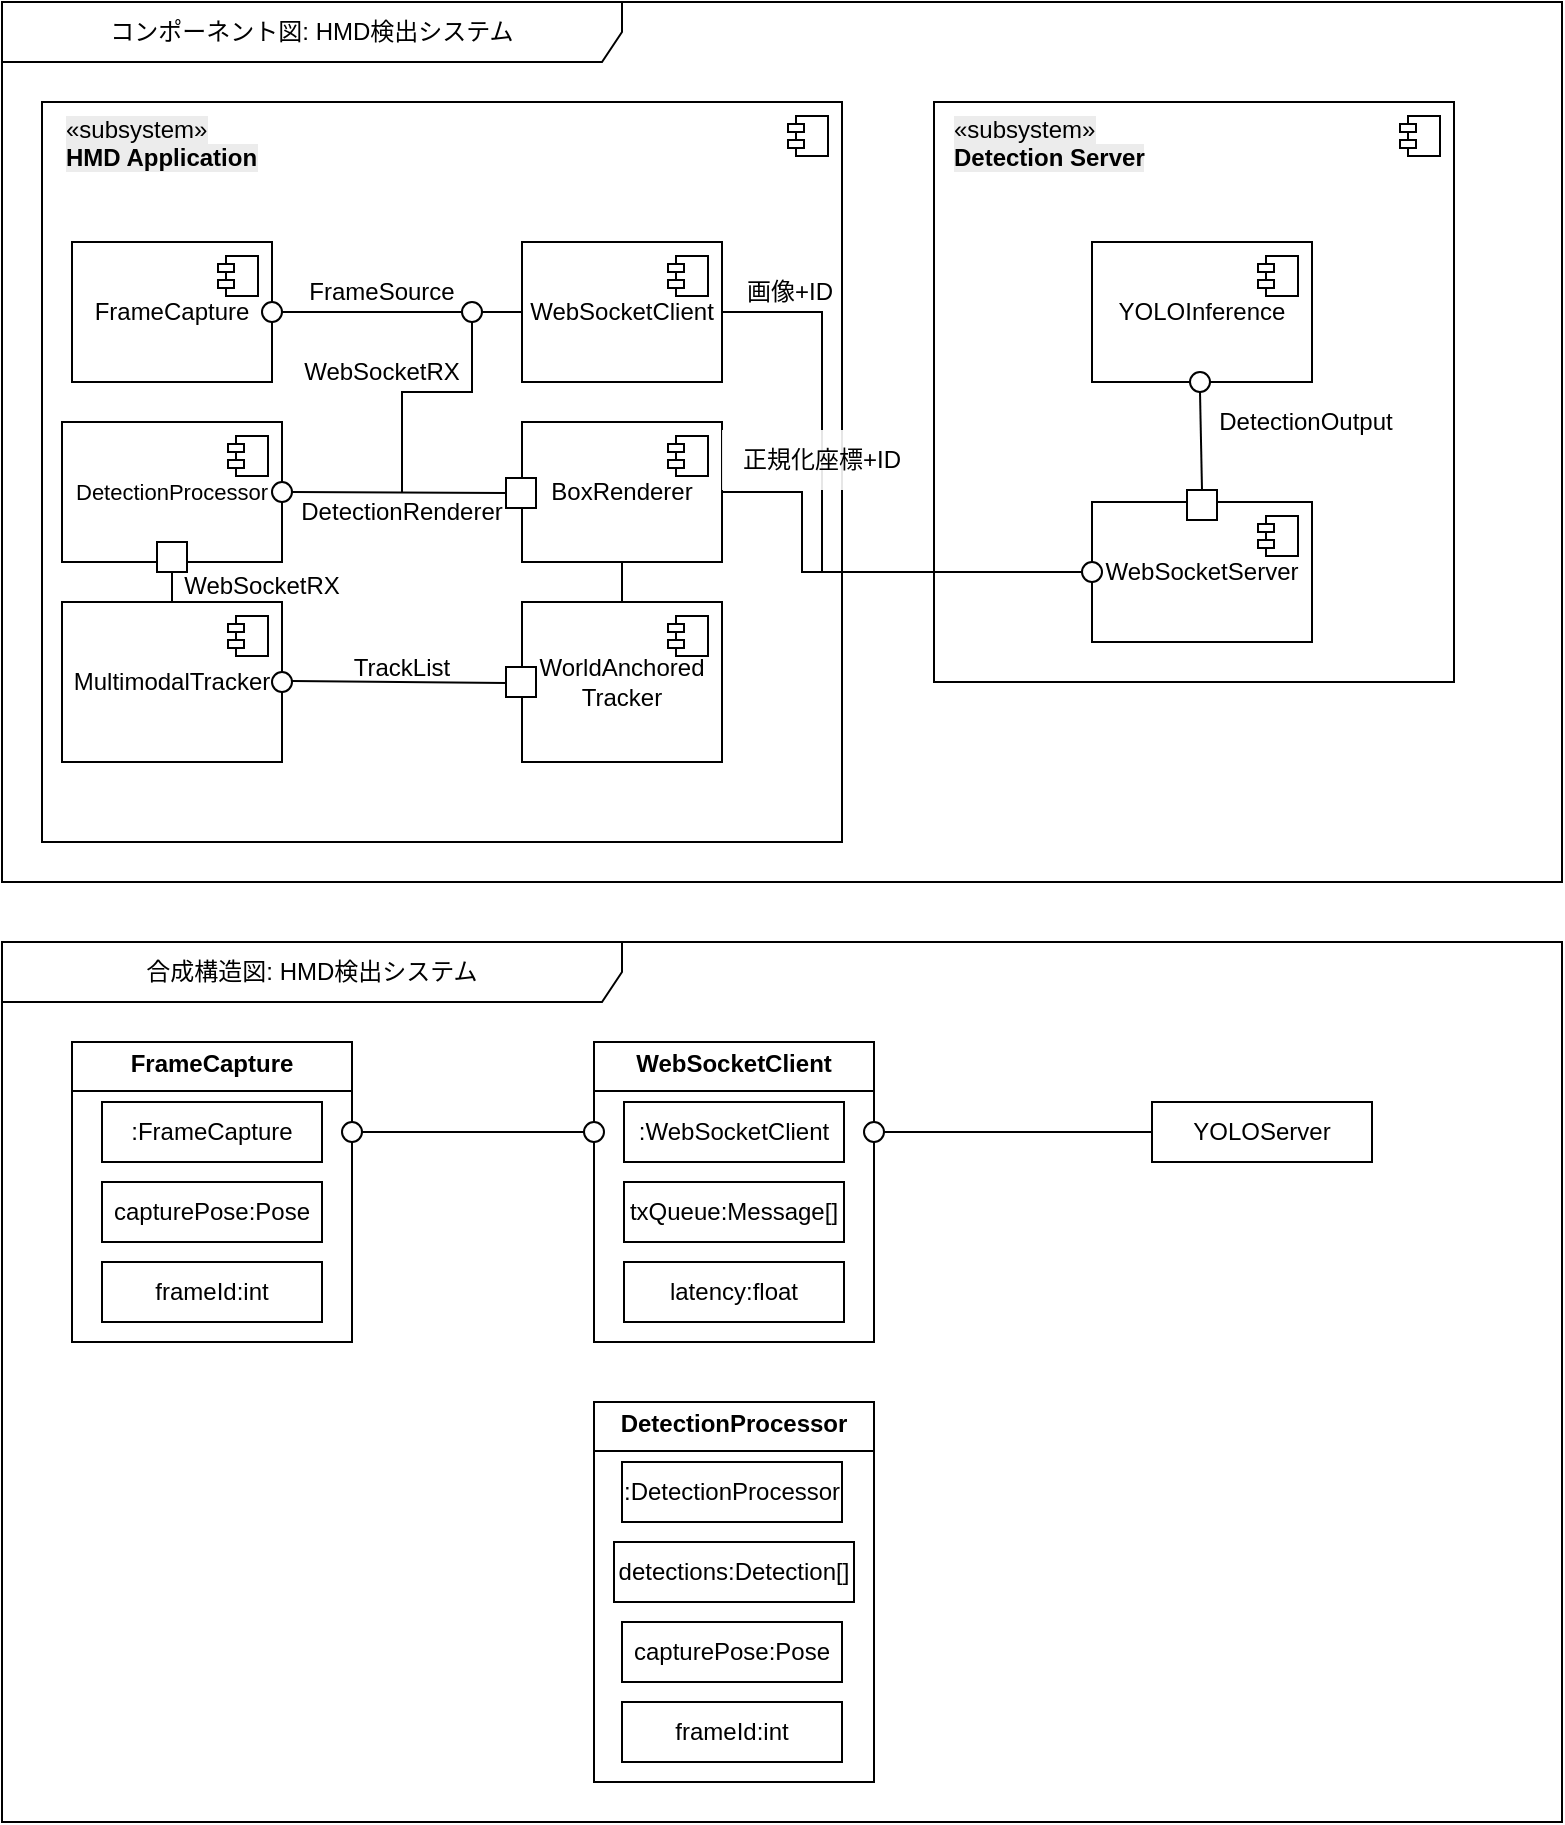
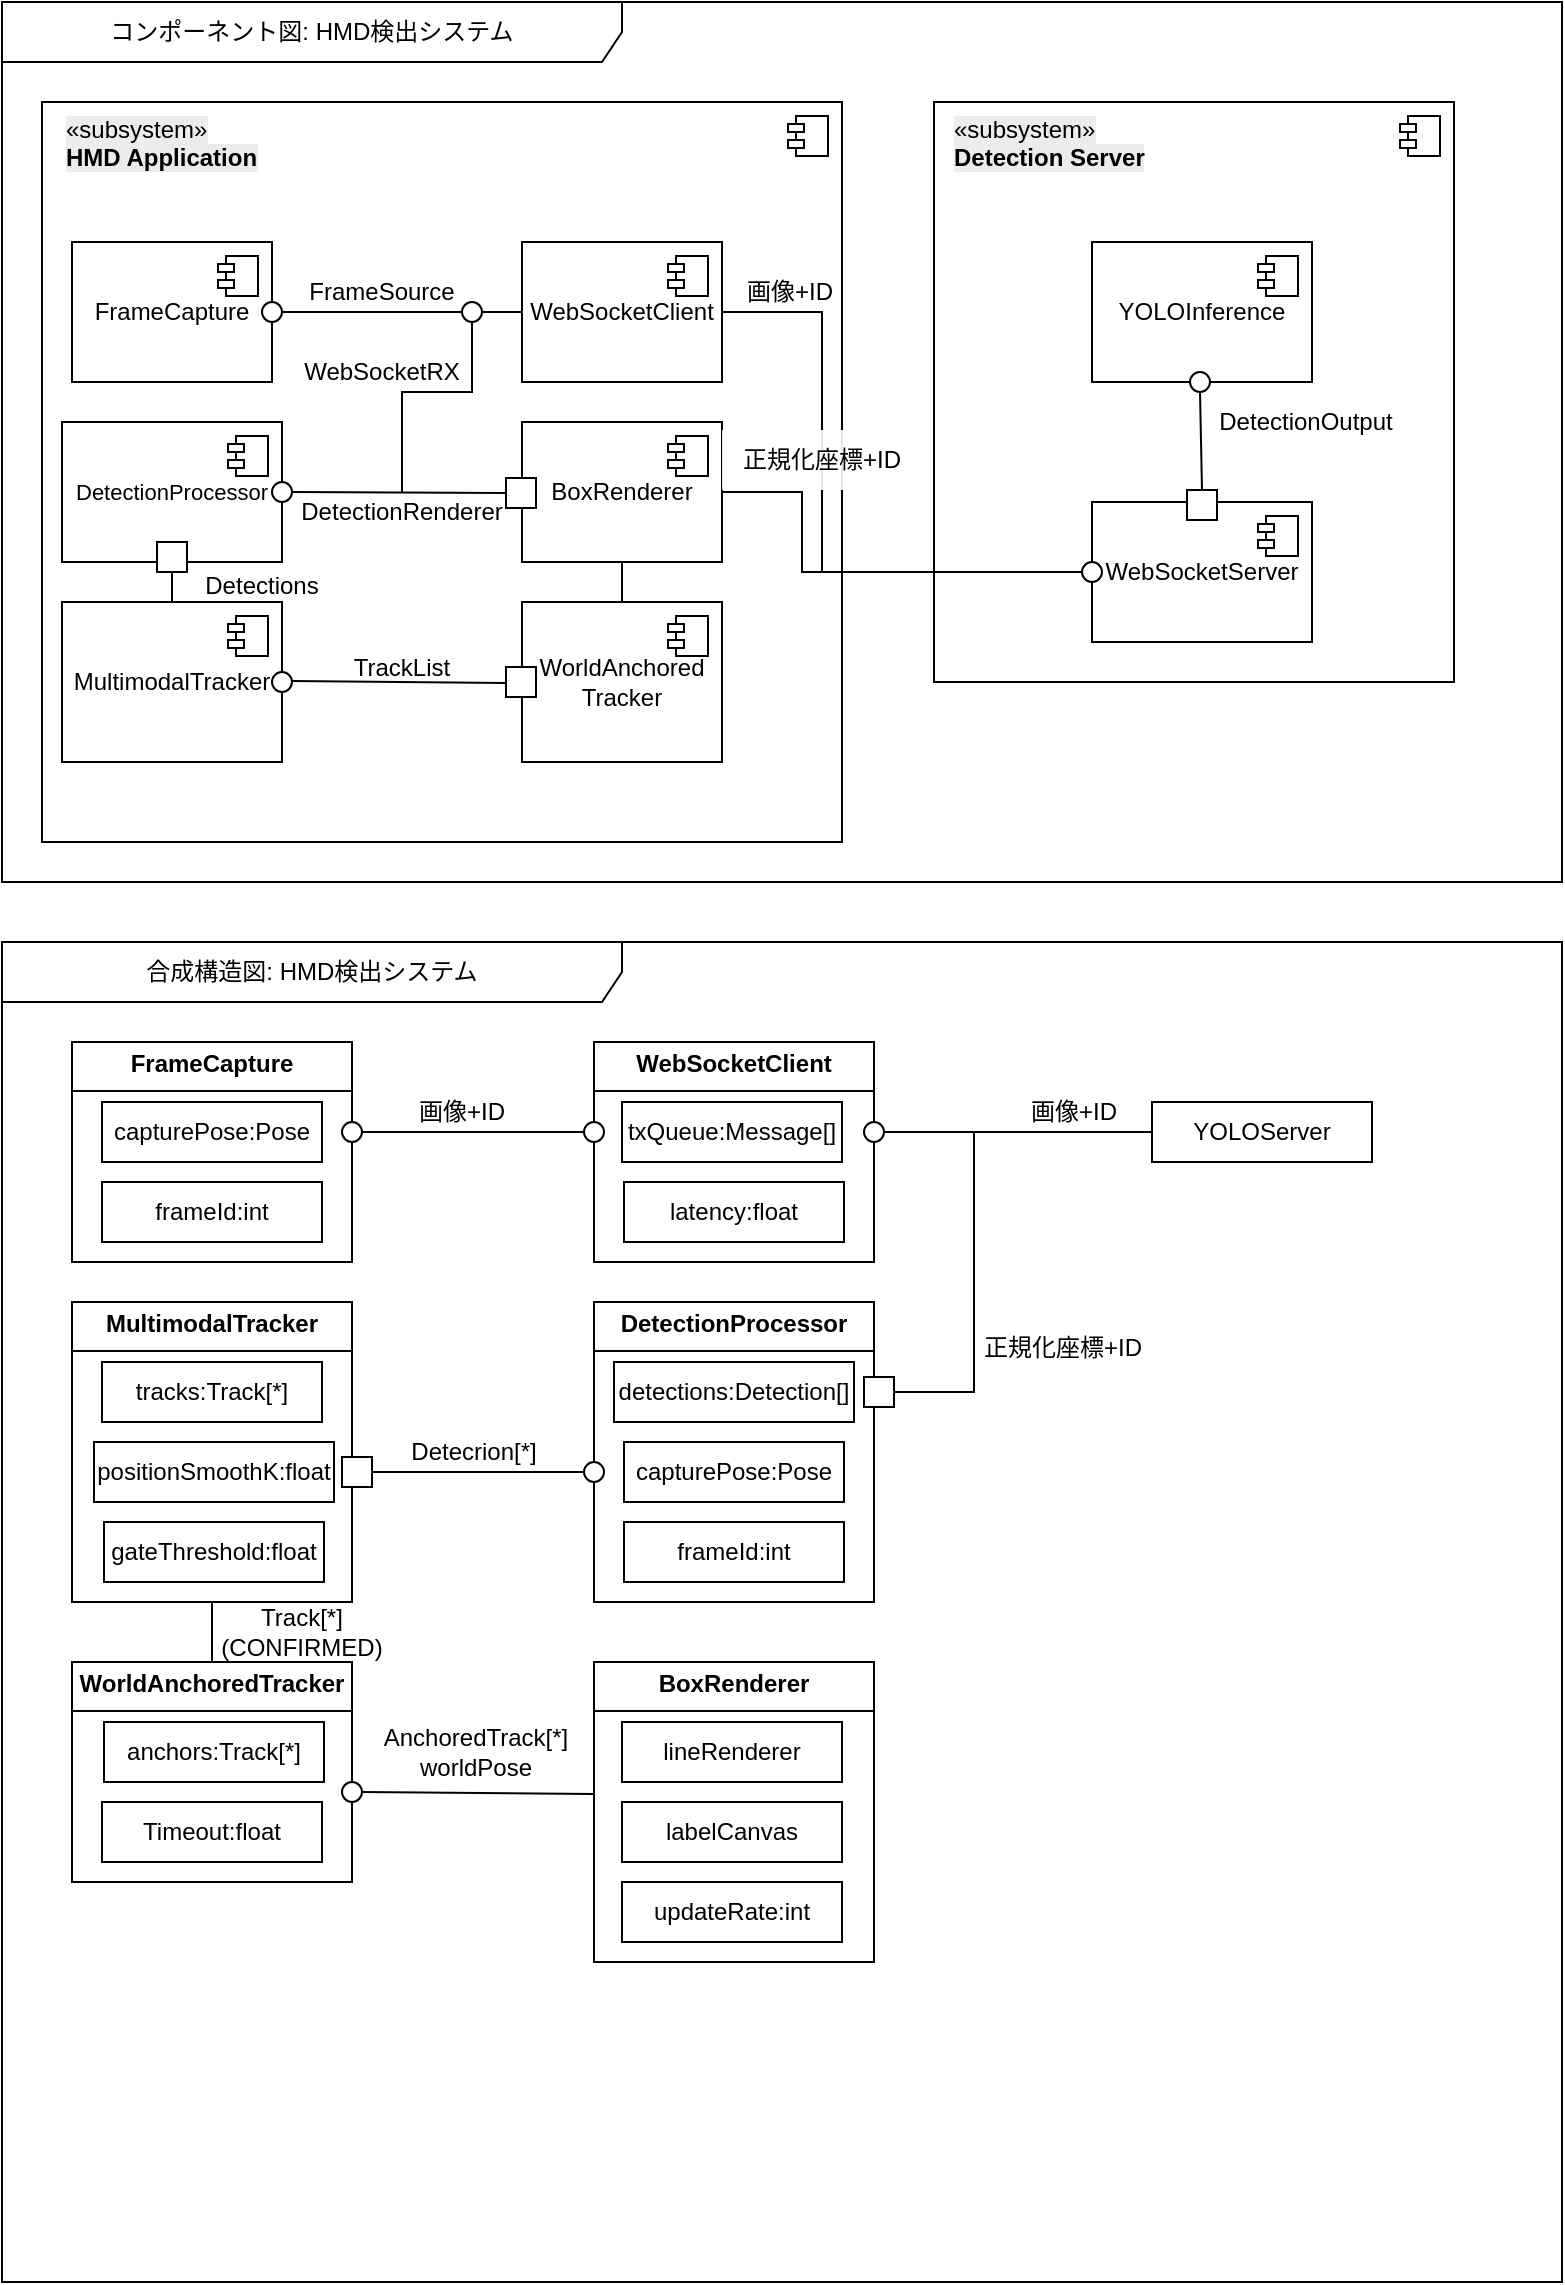
<mxfile host="app.diagrams.net">
  <diagram name="ページ-1" id="DtH6AvwE5zcW3kwFTXOg">
    <mxGraphModel dx="1609" dy="918" grid="1" gridSize="10" guides="1" tooltips="1" connect="1" arrows="1" fold="1" page="1" pageScale="1" pageWidth="827" pageHeight="1169" math="0" shadow="0">
      <root>
        <mxCell id="0" />
        <mxCell id="1" parent="0" />
        <mxCell id="3QeEdlnvxezNMO2gkXxy-1" parent="1" style="shape=umlFrame;whiteSpace=wrap;html=1;pointerEvents=0;width=310;height=30;" value="コンポーネント図: HMD検出システム" vertex="1">
          <mxGeometry height="440" width="780" x="24" y="10" as="geometry" />
        </mxCell>
        <mxCell id="3QeEdlnvxezNMO2gkXxy-2" parent="1" style="html=1;dropTarget=0;whiteSpace=wrap;align=left;" value="" vertex="1">
          <mxGeometry height="370" width="400" x="44" y="60" as="geometry" />
        </mxCell>
        <mxCell id="3QeEdlnvxezNMO2gkXxy-3" parent="3QeEdlnvxezNMO2gkXxy-2" style="shape=module;jettyWidth=8;jettyHeight=4;" value="" vertex="1">
          <mxGeometry height="20" relative="1" width="20" x="1" as="geometry">
            <mxPoint x="-27" y="7" as="offset" />
          </mxGeometry>
        </mxCell>
        <mxCell id="3QeEdlnvxezNMO2gkXxy-4" parent="1" style="text;whiteSpace=wrap;html=1;" value="&lt;span&gt;&lt;span style=&quot;color: rgb(0, 0, 0); font-family: Helvetica; font-size: 12px; font-style: normal; font-variant-ligatures: normal; font-variant-caps: normal; font-weight: 400; letter-spacing: normal; orphans: 2; text-align: left; text-indent: 0px; text-transform: none; widows: 2; word-spacing: 0px; -webkit-text-stroke-width: 0px; white-space: normal; text-decoration-thickness: initial; text-decoration-style: initial; text-decoration-color: initial; float: none; display: inline !important; background-color: rgb(236, 236, 236);&quot;&gt;«subsystem»&lt;/span&gt;&lt;br style=&quot;forced-color-adjust: none; color: rgb(0, 0, 0); font-family: Helvetica; font-size: 12px; font-style: normal; font-variant-ligatures: normal; font-variant-caps: normal; font-weight: 400; letter-spacing: normal; orphans: 2; text-align: left; text-indent: 0px; text-transform: none; widows: 2; word-spacing: 0px; -webkit-text-stroke-width: 0px; white-space: normal; text-decoration-thickness: initial; text-decoration-style: initial; text-decoration-color: initial; background-color: rgb(236, 236, 236);&quot;&gt;&lt;b style=&quot;forced-color-adjust: none; color: rgb(0, 0, 0); font-family: Helvetica; font-size: 12px; font-style: normal; font-variant-ligatures: normal; font-variant-caps: normal; letter-spacing: normal; orphans: 2; text-align: left; text-indent: 0px; text-transform: none; widows: 2; word-spacing: 0px; -webkit-text-stroke-width: 0px; white-space: normal; text-decoration-thickness: initial; text-decoration-style: initial; text-decoration-color: initial; background-color: rgb(236, 236, 236);&quot;&gt;HMD Application&lt;/b&gt;&lt;/span&gt;" vertex="1">
          <mxGeometry height="50" width="130" x="54" y="60" as="geometry" />
        </mxCell>
        <mxCell id="3QeEdlnvxezNMO2gkXxy-5" parent="1" style="html=1;dropTarget=0;whiteSpace=wrap;" value="FrameCapture" vertex="1">
          <mxGeometry height="70" width="100" x="59" y="130" as="geometry" />
        </mxCell>
        <mxCell id="3QeEdlnvxezNMO2gkXxy-6" parent="3QeEdlnvxezNMO2gkXxy-5" style="shape=module;jettyWidth=8;jettyHeight=4;" value="" vertex="1">
          <mxGeometry height="20" relative="1" width="20" x="1" as="geometry">
            <mxPoint x="-27" y="7" as="offset" />
          </mxGeometry>
        </mxCell>
        <mxCell id="3QeEdlnvxezNMO2gkXxy-7" parent="1" style="html=1;dropTarget=0;whiteSpace=wrap;" value="WebSocketClient&lt;span style=&quot;color: rgba(0, 0, 0, 0); font-family: monospace; font-size: 0px; text-align: start; text-wrap-mode: nowrap;&quot;&gt;%3CmxGraphModel%3E%3Croot%3E%3CmxCell%20id%3D%220%22%2F%3E%3CmxCell%20id%3D%221%22%20parent%3D%220%22%2F%3E%3CmxCell%20id%3D%222%22%20parent%3D%221%22%20style%3D%22html%3D1%3BdropTarget%3D0%3BwhiteSpace%3Dwrap%3B%22%20value%3D%22FrameCapture%22%20vertex%3D%221%22%3E%3CmxGeometry%20height%3D%2270%22%20width%3D%22100%22%20x%3D%2250%22%20y%3D%22150%22%20as%3D%22geometry%22%2F%3E%3C%2FmxCell%3E%3CmxCell%20id%3D%223%22%20parent%3D%222%22%20style%3D%22shape%3Dmodule%3BjettyWidth%3D8%3BjettyHeight%3D4%3B%22%20value%3D%22%22%20vertex%3D%221%22%3E%3CmxGeometry%20height%3D%2220%22%20relative%3D%221%22%20width%3D%2220%22%20x%3D%221%22%20as%3D%22geometry%22%3E%3CmxPoint%20x%3D%22-27%22%20y%3D%227%22%20as%3D%22offset%22%2F%3E%3C%2FmxGeometry%3E%3C%2FmxCell%3E%3C%2Froot%3E%3C%2FmxGraphModel%3E&lt;/span&gt;&lt;span style=&quot;color: rgba(0, 0, 0, 0); font-family: monospace; font-size: 0px; text-align: start; text-wrap-mode: nowrap;&quot;&gt;%3CmxGraphModel%3E%3Croot%3E%3CmxCell%20id%3D%220%22%2F%3E%3CmxCell%20id%3D%221%22%20parent%3D%220%22%2F%3E%3CmxCell%20id%3D%222%22%20parent%3D%221%22%20style%3D%22html%3D1%3BdropTarget%3D0%3BwhiteSpace%3Dwrap%3B%22%20value%3D%22FrameCapture%22%20vertex%3D%221%22%3E%3CmxGeometry%20height%3D%2270%22%20width%3D%22100%22%20x%3D%2250%22%20y%3D%22150%22%20as%3D%22geometry%22%2F%3E%3C%2FmxCell%3E%3CmxCell%20id%3D%223%22%20parent%3D%222%22%20style%3D%22shape%3Dmodule%3BjettyWidth%3D8%3BjettyHeight%3D4%3B%22%20value%3D%22%22%20vertex%3D%221%22%3E%3CmxGeometry%20height%3D%2220%22%20relative%3D%221%22%20width%3D%2220%22%20x%3D%221%22%20as%3D%22geometry%22%3E%3CmxPoint%20x%3D%22-27%22%20y%3D%227%22%20as%3D%22offset%22%2F%3E%3C%2FmxGeometry%3E%3C%2FmxCell%3E%3C%2Froot%3E%3C%2FmxGraphModel%3E&lt;/span&gt;" vertex="1">
          <mxGeometry height="70" width="100" x="284" y="130" as="geometry" />
        </mxCell>
        <mxCell id="3QeEdlnvxezNMO2gkXxy-8" parent="3QeEdlnvxezNMO2gkXxy-7" style="shape=module;jettyWidth=8;jettyHeight=4;" value="" vertex="1">
          <mxGeometry height="20" relative="1" width="20" x="1" as="geometry">
            <mxPoint x="-27" y="7" as="offset" />
          </mxGeometry>
        </mxCell>
        <mxCell id="3QeEdlnvxezNMO2gkXxy-9" parent="1" style="html=1;dropTarget=0;whiteSpace=wrap;" value="&lt;font style=&quot;font-size: 11px;&quot;&gt;DetectionProcessor&lt;/font&gt;" vertex="1">
          <mxGeometry height="70" width="110" x="54" y="220" as="geometry" />
        </mxCell>
        <mxCell id="3QeEdlnvxezNMO2gkXxy-10" parent="3QeEdlnvxezNMO2gkXxy-9" style="shape=module;jettyWidth=8;jettyHeight=4;" value="" vertex="1">
          <mxGeometry height="20" relative="1" width="20" x="1" as="geometry">
            <mxPoint x="-27" y="7" as="offset" />
          </mxGeometry>
        </mxCell>
        <mxCell id="3QeEdlnvxezNMO2gkXxy-11" parent="1" style="html=1;dropTarget=0;whiteSpace=wrap;" value="BoxRenderer" vertex="1">
          <mxGeometry height="70" width="100" x="284" y="220" as="geometry" />
        </mxCell>
        <mxCell id="3QeEdlnvxezNMO2gkXxy-12" parent="3QeEdlnvxezNMO2gkXxy-11" style="shape=module;jettyWidth=8;jettyHeight=4;" value="" vertex="1">
          <mxGeometry height="20" relative="1" width="20" x="1" as="geometry">
            <mxPoint x="-27" y="7" as="offset" />
          </mxGeometry>
        </mxCell>
        <mxCell id="3QeEdlnvxezNMO2gkXxy-13" parent="1" style="html=1;dropTarget=0;whiteSpace=wrap;" value="MultimodalTracker" vertex="1">
          <mxGeometry height="80" width="110" x="54" y="310" as="geometry" />
        </mxCell>
        <mxCell id="3QeEdlnvxezNMO2gkXxy-14" parent="3QeEdlnvxezNMO2gkXxy-13" style="shape=module;jettyWidth=8;jettyHeight=4;" value="" vertex="1">
          <mxGeometry height="20" relative="1" width="20" x="1" as="geometry">
            <mxPoint x="-27" y="7" as="offset" />
          </mxGeometry>
        </mxCell>
        <mxCell id="3QeEdlnvxezNMO2gkXxy-15" parent="1" style="html=1;dropTarget=0;whiteSpace=wrap;" value="WorldAnchored&lt;div&gt;Tracker&lt;/div&gt;" vertex="1">
          <mxGeometry height="80" width="100" x="284" y="310" as="geometry" />
        </mxCell>
        <mxCell id="3QeEdlnvxezNMO2gkXxy-16" parent="3QeEdlnvxezNMO2gkXxy-15" style="shape=module;jettyWidth=8;jettyHeight=4;" value="" vertex="1">
          <mxGeometry height="20" relative="1" width="20" x="1" as="geometry">
            <mxPoint x="-27" y="7" as="offset" />
          </mxGeometry>
        </mxCell>
        <mxCell id="3QeEdlnvxezNMO2gkXxy-18" parent="1" style="ellipse;whiteSpace=wrap;html=1;aspect=fixed;" value="" vertex="1">
          <mxGeometry height="10" width="10" x="154" y="160" as="geometry" />
        </mxCell>
        <mxCell id="3QeEdlnvxezNMO2gkXxy-19" edge="1" parent="1" source="3QeEdlnvxezNMO2gkXxy-18" style="endArrow=none;html=1;rounded=0;exitX=1;exitY=0.5;exitDx=0;exitDy=0;entryX=0;entryY=0.5;entryDx=0;entryDy=0;" target="3QeEdlnvxezNMO2gkXxy-7" value="">
          <mxGeometry height="50" relative="1" width="50" as="geometry">
            <mxPoint x="214" y="180.90909090909088" as="sourcePoint" />
            <mxPoint x="214" y="199.09090909090912" as="targetPoint" />
          </mxGeometry>
        </mxCell>
        <mxCell id="3QeEdlnvxezNMO2gkXxy-20" parent="1" style="ellipse;whiteSpace=wrap;html=1;aspect=fixed;" value="" vertex="1">
          <mxGeometry height="10" width="10" x="159" y="250" as="geometry" />
        </mxCell>
        <mxCell id="3QeEdlnvxezNMO2gkXxy-21" parent="1" style="whiteSpace=wrap;html=1;aspect=fixed;" value="" vertex="1">
          <mxGeometry height="15" width="15" x="276" y="248" as="geometry" />
        </mxCell>
        <mxCell id="3QeEdlnvxezNMO2gkXxy-22" edge="1" parent="1" source="3QeEdlnvxezNMO2gkXxy-21" style="endArrow=none;html=1;rounded=0;entryX=1;entryY=0.5;entryDx=0;entryDy=0;exitX=0;exitY=0.5;exitDx=0;exitDy=0;" target="3QeEdlnvxezNMO2gkXxy-20" value="">
          <mxGeometry height="50" relative="1" width="50" as="geometry">
            <Array as="points" />
            <mxPoint x="314" y="310" as="sourcePoint" />
            <mxPoint x="364" y="260" as="targetPoint" />
          </mxGeometry>
        </mxCell>
        <mxCell id="3QeEdlnvxezNMO2gkXxy-23" edge="1" parent="1" style="endArrow=none;html=1;rounded=0;entryX=0.5;entryY=1;entryDx=0;entryDy=0;" value="">
          <mxGeometry height="50" relative="1" width="50" as="geometry">
            <Array as="points">
              <mxPoint x="224" y="235" />
              <mxPoint x="224" y="205" />
              <mxPoint x="259" y="205" />
            </Array>
            <mxPoint x="224" y="255" as="sourcePoint" />
            <mxPoint x="259" y="165" as="targetPoint" />
          </mxGeometry>
        </mxCell>
        <mxCell id="3QeEdlnvxezNMO2gkXxy-17" parent="1" style="ellipse;whiteSpace=wrap;html=1;aspect=fixed;" value="" vertex="1">
          <mxGeometry height="10" width="10" x="254" y="160" as="geometry" />
        </mxCell>
        <mxCell id="3QeEdlnvxezNMO2gkXxy-24" parent="1" style="whiteSpace=wrap;html=1;aspect=fixed;" value="" vertex="1">
          <mxGeometry height="15" width="15" x="101.5" y="280" as="geometry" />
        </mxCell>
        <mxCell id="3QeEdlnvxezNMO2gkXxy-25" parent="1" style="whiteSpace=wrap;html=1;aspect=fixed;" value="" vertex="1">
          <mxGeometry height="15" width="15" x="276" y="342.5" as="geometry" />
        </mxCell>
        <mxCell id="3QeEdlnvxezNMO2gkXxy-26" parent="1" style="ellipse;whiteSpace=wrap;html=1;aspect=fixed;" value="" vertex="1">
          <mxGeometry height="10" width="10" x="159" y="345" as="geometry" />
        </mxCell>
        <mxCell id="3QeEdlnvxezNMO2gkXxy-27" edge="1" parent="1" style="endArrow=none;html=1;rounded=0;entryX=1;entryY=0.5;entryDx=0;entryDy=0;exitX=0;exitY=0.5;exitDx=0;exitDy=0;" value="">
          <mxGeometry height="50" relative="1" width="50" as="geometry">
            <Array as="points" />
            <mxPoint x="276" y="350.5" as="sourcePoint" />
            <mxPoint x="169" y="349.5" as="targetPoint" />
          </mxGeometry>
        </mxCell>
        <mxCell id="3QeEdlnvxezNMO2gkXxy-28" edge="1" parent="1" source="3QeEdlnvxezNMO2gkXxy-13" style="endArrow=none;html=1;rounded=0;entryX=0.5;entryY=1;entryDx=0;entryDy=0;exitX=0.5;exitY=0;exitDx=0;exitDy=0;" target="3QeEdlnvxezNMO2gkXxy-24" value="">
          <mxGeometry height="50" relative="1" width="50" as="geometry">
            <Array as="points" />
            <mxPoint x="281" y="311" as="sourcePoint" />
            <mxPoint x="174" y="310" as="targetPoint" />
          </mxGeometry>
        </mxCell>
        <mxCell id="3QeEdlnvxezNMO2gkXxy-29" edge="1" parent="1" source="3QeEdlnvxezNMO2gkXxy-15" style="endArrow=none;html=1;rounded=0;entryX=0.5;entryY=1;entryDx=0;entryDy=0;exitX=0.5;exitY=0;exitDx=0;exitDy=0;" target="3QeEdlnvxezNMO2gkXxy-11" value="">
          <mxGeometry height="50" relative="1" width="50" as="geometry">
            <Array as="points" />
            <mxPoint x="321" y="301" as="sourcePoint" />
            <mxPoint x="214" y="300" as="targetPoint" />
          </mxGeometry>
        </mxCell>
        <mxCell id="3QeEdlnvxezNMO2gkXxy-30" parent="1" style="text;html=1;whiteSpace=wrap;strokeColor=none;fillColor=none;align=center;verticalAlign=middle;rounded=0;" value="FrameSource" vertex="1">
          <mxGeometry height="30" width="60" x="184" y="140" as="geometry" />
        </mxCell>
        <mxCell id="3QeEdlnvxezNMO2gkXxy-31" parent="1" style="text;html=1;whiteSpace=wrap;strokeColor=none;fillColor=none;align=center;verticalAlign=middle;rounded=0;" value="WebSocketRX" vertex="1">
          <mxGeometry height="30" width="60" x="184" y="180" as="geometry" />
        </mxCell>
        <mxCell id="3QeEdlnvxezNMO2gkXxy-34" parent="1" style="text;html=1;whiteSpace=wrap;strokeColor=none;fillColor=none;align=center;verticalAlign=middle;rounded=0;" value="DetectionRenderer" vertex="1">
          <mxGeometry height="30" width="60" x="194" y="250" as="geometry" />
        </mxCell>
-         <mxCell id="3QeEdlnvxezNMO2gkXxy-35" parent="1" style="text;html=1;whiteSpace=wrap;strokeColor=none;fillColor=none;align=center;verticalAlign=middle;rounded=0;" value="WebSocketRX" vertex="1">
+         <mxCell id="3QeEdlnvxezNMO2gkXxy-35" parent="1" style="text;html=1;whiteSpace=wrap;strokeColor=none;fillColor=none;align=center;verticalAlign=middle;rounded=0;" value="Detections" vertex="1">
          <mxGeometry height="30" width="60" x="124" y="287" as="geometry" />
        </mxCell>
        <mxCell id="3QeEdlnvxezNMO2gkXxy-36" parent="1" style="text;html=1;whiteSpace=wrap;strokeColor=none;fillColor=none;align=center;verticalAlign=middle;rounded=0;" value="TrackList" vertex="1">
          <mxGeometry height="30" width="60" x="194" y="327.5" as="geometry" />
        </mxCell>
        <mxCell id="3QeEdlnvxezNMO2gkXxy-37" parent="1" style="html=1;dropTarget=0;whiteSpace=wrap;align=left;" value="&lt;mxGraphModel&gt;&lt;root&gt;&lt;mxCell id=&quot;0&quot;/&gt;&lt;mxCell id=&quot;1&quot; parent=&quot;0&quot;/&gt;&lt;mxCell id=&quot;2&quot; parent=&quot;1&quot; style=&quot;html=1;dropTarget=0;whiteSpace=wrap;&quot; value=&quot;WebSocketClient&amp;lt;span style=&amp;quot;color: rgba(0, 0, 0, 0); font-family: monospace; font-size: 0px; text-align: start; text-wrap-mode: nowrap;&amp;quot;&amp;gt;%3CmxGraphModel%3E%3Croot%3E%3CmxCell%20id%3D%220%22%2F%3E%3CmxCell%20id%3D%221%22%20parent%3D%220%22%2F%3E%3CmxCell%20id%3D%222%22%20parent%3D%221%22%20style%3D%22html%3D1%3BdropTarget%3D0%3BwhiteSpace%3Dwrap%3B%22%20value%3D%22FrameCapture%22%20vertex%3D%221%22%3E%3CmxGeometry%20height%3D%2270%22%20width%3D%22100%22%20x%3D%2250%22%20y%3D%22150%22%20as%3D%22geometry%22%2F%3E%3C%2FmxCell%3E%3CmxCell%20id%3D%223%22%20parent%3D%222%22%20style%3D%22shape%3Dmodule%3BjettyWidth%3D8%3BjettyHeight%3D4%3B%22%20value%3D%22%22%20vertex%3D%221%22%3E%3CmxGeometry%20height%3D%2220%22%20relative%3D%221%22%20width%3D%2220%22%20x%3D%221%22%20as%3D%22geometry%22%3E%3CmxPoint%20x%3D%22-27%22%20y%3D%227%22%20as%3D%22offset%22%2F%3E%3C%2FmxGeometry%3E%3C%2FmxCell%3E%3C%2Froot%3E%3C%2FmxGraphModel%3E&amp;lt;/span&amp;gt;&amp;lt;span style=&amp;quot;color: rgba(0, 0, 0, 0); font-family: monospace; font-size: 0px; text-align: start; text-wrap-mode: nowrap;&amp;quot;&amp;gt;%3CmxGraphModel%3E%3Croot%3E%3CmxCell%20id%3D%220%22%2F%3E%3CmxCell%20id%3D%221%22%20parent%3D%220%22%2F%3E%3CmxCell%20id%3D%222%22%20parent%3D%221%22%20style%3D%22html%3D1%3BdropTarget%3D0%3BwhiteSpace%3Dwrap%3B%22%20value%3D%22FrameCapture%22%20vertex%3D%221%22%3E%3CmxGeometry%20height%3D%2270%22%20width%3D%22100%22%20x%3D%2250%22%20y%3D%22150%22%20as%3D%22geometry%22%2F%3E%3C%2FmxCell%3E%3CmxCell%20id%3D%223%22%20parent%3D%222%22%20style%3D%22shape%3Dmodule%3BjettyWidth%3D8%3BjettyHeight%3D4%3B%22%20value%3D%22%22%20vertex%3D%221%22%3E%3CmxGeometry%20height%3D%2220%22%20relative%3D%221%22%20width%3D%2220%22%20x%3D%221%22%20as%3D%22geometry%22%3E%3CmxPoint%20x%3D%22-27%22%20y%3D%227%22%20as%3D%22offset%22%2F%3E%3C%2FmxGeometry%3E%3C%2FmxCell%3E%3C%2Froot%3E%3C%2FmxGraphModel%3E" vertex="1">
          <mxGeometry height="290" width="260" x="490" y="60" as="geometry" />
        </mxCell>
        <mxCell id="3QeEdlnvxezNMO2gkXxy-38" parent="3QeEdlnvxezNMO2gkXxy-37" style="shape=module;jettyWidth=8;jettyHeight=4;" value="" vertex="1">
          <mxGeometry height="20" relative="1" width="20" x="1" as="geometry">
            <mxPoint x="-27" y="7" as="offset" />
          </mxGeometry>
        </mxCell>
        <mxCell id="3QeEdlnvxezNMO2gkXxy-39" parent="1" style="text;whiteSpace=wrap;html=1;" value="&lt;span&gt;&lt;span style=&quot;color: rgb(0, 0, 0); font-family: Helvetica; font-size: 12px; font-style: normal; font-variant-ligatures: normal; font-variant-caps: normal; font-weight: 400; letter-spacing: normal; orphans: 2; text-align: left; text-indent: 0px; text-transform: none; widows: 2; word-spacing: 0px; -webkit-text-stroke-width: 0px; white-space: normal; text-decoration-thickness: initial; text-decoration-style: initial; text-decoration-color: initial; float: none; background-color: rgb(236, 236, 236); display: inline !important;&quot;&gt;«subsystem»&lt;/span&gt;&lt;br style=&quot;forced-color-adjust: none; color: rgb(0, 0, 0); font-family: Helvetica; font-size: 12px; font-style: normal; font-variant-ligatures: normal; font-variant-caps: normal; font-weight: 400; letter-spacing: normal; orphans: 2; text-align: left; text-indent: 0px; text-transform: none; widows: 2; word-spacing: 0px; -webkit-text-stroke-width: 0px; white-space: normal; text-decoration-thickness: initial; text-decoration-style: initial; text-decoration-color: initial; background-color: rgb(236, 236, 236);&quot;&gt;&lt;b style=&quot;forced-color-adjust: none; color: rgb(0, 0, 0); font-family: Helvetica; font-size: 12px; font-style: normal; font-variant-ligatures: normal; font-variant-caps: normal; letter-spacing: normal; orphans: 2; text-align: left; text-indent: 0px; text-transform: none; widows: 2; word-spacing: 0px; -webkit-text-stroke-width: 0px; white-space: normal; text-decoration-thickness: initial; text-decoration-style: initial; text-decoration-color: initial; background-color: rgb(236, 236, 236);&quot;&gt;Detection Server&lt;/b&gt;&lt;/span&gt;" vertex="1">
          <mxGeometry height="50" width="130" x="498" y="60" as="geometry" />
        </mxCell>
        <mxCell id="3QeEdlnvxezNMO2gkXxy-41" parent="1" style="html=1;dropTarget=0;whiteSpace=wrap;" value="YOLOInference" vertex="1">
          <mxGeometry height="70" width="110" x="569" y="130" as="geometry" />
        </mxCell>
        <mxCell id="3QeEdlnvxezNMO2gkXxy-42" parent="3QeEdlnvxezNMO2gkXxy-41" style="shape=module;jettyWidth=8;jettyHeight=4;" value="" vertex="1">
          <mxGeometry height="20" relative="1" width="20" x="1" as="geometry">
            <mxPoint x="-27" y="7" as="offset" />
          </mxGeometry>
        </mxCell>
        <mxCell id="3QeEdlnvxezNMO2gkXxy-43" parent="1" style="html=1;dropTarget=0;whiteSpace=wrap;" value="WebSocketServer" vertex="1">
          <mxGeometry height="70" width="110" x="569" y="260" as="geometry" />
        </mxCell>
        <mxCell id="3QeEdlnvxezNMO2gkXxy-44" parent="3QeEdlnvxezNMO2gkXxy-43" style="shape=module;jettyWidth=8;jettyHeight=4;" value="" vertex="1">
          <mxGeometry height="20" relative="1" width="20" x="1" as="geometry">
            <mxPoint x="-27" y="7" as="offset" />
          </mxGeometry>
        </mxCell>
        <mxCell id="3QeEdlnvxezNMO2gkXxy-45" parent="1" style="ellipse;whiteSpace=wrap;html=1;aspect=fixed;" value="" vertex="1">
          <mxGeometry height="10" width="10" x="618" y="195" as="geometry" />
        </mxCell>
        <mxCell id="3QeEdlnvxezNMO2gkXxy-46" parent="1" style="ellipse;whiteSpace=wrap;html=1;aspect=fixed;" value="" vertex="1">
          <mxGeometry height="10" width="10" x="564" y="290" as="geometry" />
        </mxCell>
        <mxCell id="3QeEdlnvxezNMO2gkXxy-47" parent="1" style="whiteSpace=wrap;html=1;aspect=fixed;" value="" vertex="1">
          <mxGeometry height="15" width="15" x="616.5" y="254" as="geometry" />
        </mxCell>
        <mxCell id="3QeEdlnvxezNMO2gkXxy-48" edge="1" parent="1" source="3QeEdlnvxezNMO2gkXxy-47" style="endArrow=none;html=1;rounded=0;entryX=0.5;entryY=1;entryDx=0;entryDy=0;exitX=0.5;exitY=0;exitDx=0;exitDy=0;" target="3QeEdlnvxezNMO2gkXxy-45" value="">
          <mxGeometry height="50" relative="1" width="50" as="geometry">
            <mxPoint x="434" y="250" as="sourcePoint" />
            <mxPoint x="484" y="200" as="targetPoint" />
          </mxGeometry>
        </mxCell>
        <mxCell id="3QeEdlnvxezNMO2gkXxy-50" edge="1" parent="1" source="3QeEdlnvxezNMO2gkXxy-46" style="endArrow=none;html=1;rounded=0;entryX=1;entryY=0.5;entryDx=0;entryDy=0;exitX=0;exitY=0.5;exitDx=0;exitDy=0;" target="3QeEdlnvxezNMO2gkXxy-7" value="">
          <mxGeometry height="50" relative="1" width="50" as="geometry">
            <Array as="points">
              <mxPoint x="434" y="295" />
              <mxPoint x="434" y="165" />
            </Array>
            <mxPoint x="434" y="250" as="sourcePoint" />
            <mxPoint x="484" y="200" as="targetPoint" />
          </mxGeometry>
        </mxCell>
        <mxCell id="3QeEdlnvxezNMO2gkXxy-51" edge="1" parent="1" source="3QeEdlnvxezNMO2gkXxy-11" style="endArrow=none;html=1;rounded=0;exitX=1;exitY=0.5;exitDx=0;exitDy=0;entryX=0;entryY=0.5;entryDx=0;entryDy=0;" target="3QeEdlnvxezNMO2gkXxy-46" value="">
          <mxGeometry height="50" relative="1" width="50" as="geometry">
            <Array as="points">
              <mxPoint x="424" y="255" />
              <mxPoint x="424" y="295" />
            </Array>
            <mxPoint x="434" y="250" as="sourcePoint" />
            <mxPoint x="484" y="200" as="targetPoint" />
          </mxGeometry>
        </mxCell>
        <mxCell id="3QeEdlnvxezNMO2gkXxy-52" parent="1" style="text;html=1;whiteSpace=wrap;strokeColor=none;fillColor=none;align=center;verticalAlign=middle;rounded=0;" value="画像+ID" vertex="1">
          <mxGeometry height="30" width="60" x="388" y="140" as="geometry" />
        </mxCell>
        <mxCell id="3QeEdlnvxezNMO2gkXxy-53" parent="1" style="text;html=1;whiteSpace=wrap;strokeColor=none;fillColor=default;align=center;verticalAlign=middle;rounded=0;opacity=90;" value="正規化座標+ID" vertex="1">
          <mxGeometry height="30" width="100" x="384" y="224" as="geometry" />
        </mxCell>
        <mxCell id="3QeEdlnvxezNMO2gkXxy-54" parent="1" style="text;html=1;whiteSpace=wrap;strokeColor=none;fillColor=none;align=center;verticalAlign=middle;rounded=0;" value="DetectionOutput" vertex="1">
          <mxGeometry height="30" width="96" x="628" y="205" as="geometry" />
        </mxCell>
        <mxCell id="3QeEdlnvxezNMO2gkXxy-65" parent="1" style="verticalAlign=top;align=left;overflow=fill;html=1;whiteSpace=wrap;" value="&lt;p style=&quot;margin:0px;margin-top:4px;text-align:center;&quot;&gt;&lt;b&gt;FrameCapture&lt;/b&gt;&lt;/p&gt;&lt;hr size=&quot;1&quot; style=&quot;border-style:solid;&quot;&gt;&lt;div style=&quot;height:2px;&quot;&gt;&lt;/div&gt;" vertex="1">
-           <mxGeometry height="150" width="140" x="59" y="530" as="geometry" />
+           <mxGeometry height="110" width="140" x="59" y="530" as="geometry" />
        </mxCell>
        <mxCell id="3QeEdlnvxezNMO2gkXxy-55" parent="1" style="shape=umlFrame;whiteSpace=wrap;html=1;pointerEvents=0;width=310;height=30;" value="合成構造図: HMD検出システム" vertex="1">
-           <mxGeometry height="440" width="780" x="24" y="480" as="geometry" />
-         </mxCell>
-         <mxCell id="3QeEdlnvxezNMO2gkXxy-57" parent="1" style="html=1;whiteSpace=wrap;" value=":FrameCapture" vertex="1">
+           <mxGeometry height="670" width="780" x="24" y="480" as="geometry" />
+         </mxCell>
+         <mxCell id="3QeEdlnvxezNMO2gkXxy-58" parent="1" style="html=1;whiteSpace=wrap;" value="capturePose:Pose&lt;span style=&quot;color: rgba(0, 0, 0, 0); font-family: monospace; font-size: 0px; text-align: start; text-wrap-mode: nowrap;&quot;&gt;%3CmxGraphModel%3E%3Croot%3E%3CmxCell%20id%3D%220%22%2F%3E%3CmxCell%20id%3D%221%22%20parent%3D%220%22%2F%3E%3CmxCell%20id%3D%222%22%20parent%3D%221%22%20style%3D%22html%3D1%3BwhiteSpace%3Dwrap%3B%22%20value%3D%22%3AFrameCapture%22%20vertex%3D%221%22%3E%3CmxGeometry%20height%3D%2230%22%20width%3D%22110%22%20x%3D%2299%22%20y%3D%22560%22%20as%3D%22geometry%22%2F%3E%3C%2FmxCell%3E%3C%2Froot%3E%3C%2FmxGraphModel%3E&lt;/span&gt;&lt;span style=&quot;color: rgba(0, 0, 0, 0); font-family: monospace; font-size: 0px; text-align: start; text-wrap-mode: nowrap;&quot;&gt;%3CmxGraphModel%3E%3Croot%3E%3CmxCell%20id%3D%220%22%2F%3E%3CmxCell%20id%3D%221%22%20parent%3D%220%22%2F%3E%3CmxCell%20id%3D%222%22%20parent%3D%221%22%20style%3D%22html%3D1%3BwhiteSpace%3Dwrap%3B%22%20value%3D%22%3AFrameCapture%22%20vertex%3D%221%22%3E%3CmxGeometry%20height%3D%2230%22%20width%3D%22110%22%20x%3D%2299%22%20y%3D%22560%22%20as%3D%22geometry%22%2F%3E%3C%2FmxCell%3E%3C%2Froot%3E%3C%2FmxGraphModel%3E&lt;/span&gt;&lt;span style=&quot;color: rgba(0, 0, 0, 0); font-family: monospace; font-size: 0px; text-align: start; text-wrap-mode: nowrap;&quot;&gt;%3CmxGraphModel%3E%3Croot%3E%3CmxCell%20id%3D%220%22%2F%3E%3CmxCell%20id%3D%221%22%20parent%3D%220%22%2F%3E%3CmxCell%20id%3D%222%22%20parent%3D%221%22%20style%3D%22html%3D1%3BwhiteSpace%3Dwrap%3B%22%20value%3D%22%3AFrameCapture%22%20vertex%3D%221%22%3E%3CmxGeometry%20height%3D%2230%22%20width%3D%22110%22%20x%3D%2299%22%20y%3D%22560%22%20as%3D%22geometry%22%2F%3E%3C%2FmxCell%3E%3C%2Froot%3E%3C%2FmxGraphModel%3E&lt;/span&gt;" vertex="1">
          <mxGeometry height="30" width="110" x="74" y="560" as="geometry" />
        </mxCell>
-         <mxCell id="3QeEdlnvxezNMO2gkXxy-58" parent="1" style="html=1;whiteSpace=wrap;" value="capturePose:Pose&lt;span style=&quot;color: rgba(0, 0, 0, 0); font-family: monospace; font-size: 0px; text-align: start; text-wrap-mode: nowrap;&quot;&gt;%3CmxGraphModel%3E%3Croot%3E%3CmxCell%20id%3D%220%22%2F%3E%3CmxCell%20id%3D%221%22%20parent%3D%220%22%2F%3E%3CmxCell%20id%3D%222%22%20parent%3D%221%22%20style%3D%22html%3D1%3BwhiteSpace%3Dwrap%3B%22%20value%3D%22%3AFrameCapture%22%20vertex%3D%221%22%3E%3CmxGeometry%20height%3D%2230%22%20width%3D%22110%22%20x%3D%2299%22%20y%3D%22560%22%20as%3D%22geometry%22%2F%3E%3C%2FmxCell%3E%3C%2Froot%3E%3C%2FmxGraphModel%3E&lt;/span&gt;&lt;span style=&quot;color: rgba(0, 0, 0, 0); font-family: monospace; font-size: 0px; text-align: start; text-wrap-mode: nowrap;&quot;&gt;%3CmxGraphModel%3E%3Croot%3E%3CmxCell%20id%3D%220%22%2F%3E%3CmxCell%20id%3D%221%22%20parent%3D%220%22%2F%3E%3CmxCell%20id%3D%222%22%20parent%3D%221%22%20style%3D%22html%3D1%3BwhiteSpace%3Dwrap%3B%22%20value%3D%22%3AFrameCapture%22%20vertex%3D%221%22%3E%3CmxGeometry%20height%3D%2230%22%20width%3D%22110%22%20x%3D%2299%22%20y%3D%22560%22%20as%3D%22geometry%22%2F%3E%3C%2FmxCell%3E%3C%2Froot%3E%3C%2FmxGraphModel%3E&lt;/span&gt;&lt;span style=&quot;color: rgba(0, 0, 0, 0); font-family: monospace; font-size: 0px; text-align: start; text-wrap-mode: nowrap;&quot;&gt;%3CmxGraphModel%3E%3Croot%3E%3CmxCell%20id%3D%220%22%2F%3E%3CmxCell%20id%3D%221%22%20parent%3D%220%22%2F%3E%3CmxCell%20id%3D%222%22%20parent%3D%221%22%20style%3D%22html%3D1%3BwhiteSpace%3Dwrap%3B%22%20value%3D%22%3AFrameCapture%22%20vertex%3D%221%22%3E%3CmxGeometry%20height%3D%2230%22%20width%3D%22110%22%20x%3D%2299%22%20y%3D%22560%22%20as%3D%22geometry%22%2F%3E%3C%2FmxCell%3E%3C%2Froot%3E%3C%2FmxGraphModel%3E&lt;/span&gt;" vertex="1">
+         <mxCell id="3QeEdlnvxezNMO2gkXxy-60" parent="1" style="html=1;whiteSpace=wrap;" value="frameId:int" vertex="1">
          <mxGeometry height="30" width="110" x="74" y="600" as="geometry" />
        </mxCell>
-         <mxCell id="3QeEdlnvxezNMO2gkXxy-60" parent="1" style="html=1;whiteSpace=wrap;" value="frameId:int" vertex="1">
-           <mxGeometry height="30" width="110" x="74" y="640" as="geometry" />
-         </mxCell>
        <mxCell id="3QeEdlnvxezNMO2gkXxy-64" parent="1" style="verticalAlign=top;align=left;overflow=fill;html=1;whiteSpace=wrap;" value="&lt;p style=&quot;margin:0px;margin-top:4px;text-align:center;&quot;&gt;&lt;b&gt;WebSocketClient&lt;/b&gt;&lt;/p&gt;&lt;hr size=&quot;1&quot; style=&quot;border-style:solid;&quot;&gt;&lt;div style=&quot;height:2px;&quot;&gt;&lt;/div&gt;" vertex="1">
-           <mxGeometry height="150" width="140" x="320" y="530" as="geometry" />
-         </mxCell>
-         <mxCell id="3QeEdlnvxezNMO2gkXxy-67" parent="1" style="html=1;whiteSpace=wrap;" value=":WebSocketClient" vertex="1">
-           <mxGeometry height="30" width="110" x="335" y="560" as="geometry" />
+           <mxGeometry height="110" width="140" x="320" y="530" as="geometry" />
        </mxCell>
        <mxCell id="3QeEdlnvxezNMO2gkXxy-68" parent="1" style="html=1;whiteSpace=wrap;" value="txQueue:Message[]" vertex="1">
+           <mxGeometry height="30" width="110" x="334" y="560" as="geometry" />
+         </mxCell>
+         <mxCell id="3QeEdlnvxezNMO2gkXxy-69" parent="1" style="html=1;whiteSpace=wrap;" value="latency:float" vertex="1">
          <mxGeometry height="30" width="110" x="335" y="600" as="geometry" />
-         </mxCell>
-         <mxCell id="3QeEdlnvxezNMO2gkXxy-69" parent="1" style="html=1;whiteSpace=wrap;" value="latency:float" vertex="1">
-           <mxGeometry height="30" width="110" x="335" y="640" as="geometry" />
        </mxCell>
        <mxCell id="3QeEdlnvxezNMO2gkXxy-70" parent="1" style="ellipse;whiteSpace=wrap;html=1;aspect=fixed;" value="" vertex="1">
          <mxGeometry height="10" width="10" x="194" y="570" as="geometry" />
        </mxCell>
        <mxCell id="3QeEdlnvxezNMO2gkXxy-71" parent="1" style="ellipse;whiteSpace=wrap;html=1;aspect=fixed;" value="" vertex="1">
          <mxGeometry height="10" width="10" x="315" y="570" as="geometry" />
        </mxCell>
        <mxCell id="3QeEdlnvxezNMO2gkXxy-72" edge="1" parent="1" source="3QeEdlnvxezNMO2gkXxy-71" style="endArrow=none;html=1;rounded=0;entryX=1;entryY=0.5;entryDx=0;entryDy=0;exitX=0;exitY=0.5;exitDx=0;exitDy=0;" target="3QeEdlnvxezNMO2gkXxy-70" value="">
          <mxGeometry height="50" relative="1" width="50" as="geometry">
            <mxPoint x="350" y="620" as="sourcePoint" />
            <mxPoint x="400" y="570" as="targetPoint" />
          </mxGeometry>
        </mxCell>
        <mxCell id="3QeEdlnvxezNMO2gkXxy-73" parent="1" style="ellipse;whiteSpace=wrap;html=1;aspect=fixed;" value="" vertex="1">
          <mxGeometry height="10" width="10" x="455" y="570" as="geometry" />
        </mxCell>
        <mxCell id="3QeEdlnvxezNMO2gkXxy-75" parent="1" style="html=1;whiteSpace=wrap;" value="YOLOServer" vertex="1">
          <mxGeometry height="30" width="110" x="599" y="560" as="geometry" />
        </mxCell>
        <mxCell id="3QeEdlnvxezNMO2gkXxy-77" edge="1" parent="1" source="3QeEdlnvxezNMO2gkXxy-73" style="endArrow=none;html=1;rounded=0;entryX=0;entryY=0.5;entryDx=0;entryDy=0;exitX=1;exitY=0.5;exitDx=0;exitDy=0;" target="3QeEdlnvxezNMO2gkXxy-75" value="">
          <mxGeometry height="50" relative="1" width="50" as="geometry">
            <mxPoint x="550" y="550" as="sourcePoint" />
            <mxPoint x="600" y="500" as="targetPoint" />
          </mxGeometry>
        </mxCell>
        <mxCell id="3QeEdlnvxezNMO2gkXxy-78" parent="1" style="verticalAlign=top;align=left;overflow=fill;html=1;whiteSpace=wrap;" value="&lt;p style=&quot;margin:0px;margin-top:4px;text-align:center;&quot;&gt;&lt;b&gt;DetectionProcessor&lt;/b&gt;&lt;/p&gt;&lt;hr size=&quot;1&quot; style=&quot;border-style:solid;&quot;&gt;&lt;div style=&quot;height:2px;&quot;&gt;&lt;/div&gt;" vertex="1">
-           <mxGeometry height="190" width="140" x="320" y="710" as="geometry" />
-         </mxCell>
-         <mxCell id="3QeEdlnvxezNMO2gkXxy-79" parent="1" style="html=1;whiteSpace=wrap;" value=":DetectionProcessor" vertex="1">
-           <mxGeometry height="30" width="110" x="334" y="740" as="geometry" />
+           <mxGeometry height="150" width="140" x="320" y="660" as="geometry" />
        </mxCell>
        <mxCell id="3QeEdlnvxezNMO2gkXxy-80" parent="1" style="html=1;whiteSpace=wrap;" value="detections:Detection[]" vertex="1">
-           <mxGeometry height="30" width="120" x="330" y="780" as="geometry" />
+           <mxGeometry height="30" width="120" x="330" y="690" as="geometry" />
        </mxCell>
        <mxCell id="3QeEdlnvxezNMO2gkXxy-81" parent="1" style="html=1;whiteSpace=wrap;" value="capturePose:Pose" vertex="1">
-           <mxGeometry height="30" width="110" x="334" y="820" as="geometry" />
+           <mxGeometry height="30" width="110" x="335" y="730" as="geometry" />
        </mxCell>
        <mxCell id="3QeEdlnvxezNMO2gkXxy-82" parent="1" style="html=1;whiteSpace=wrap;" value="frameId:int" vertex="1">
-           <mxGeometry height="30" width="110" x="334" y="860" as="geometry" />
+           <mxGeometry height="30" width="110" x="335" y="770" as="geometry" />
+         </mxCell>
+         <mxCell id="3QeEdlnvxezNMO2gkXxy-83" parent="1" style="whiteSpace=wrap;html=1;aspect=fixed;" value="" vertex="1">
+           <mxGeometry height="15" width="15" x="455" y="697.5" as="geometry" />
+         </mxCell>
+         <mxCell id="3QeEdlnvxezNMO2gkXxy-84" edge="1" parent="1" source="3QeEdlnvxezNMO2gkXxy-73" style="endArrow=none;html=1;rounded=0;entryX=1;entryY=0.5;entryDx=0;entryDy=0;exitX=1;exitY=0.5;exitDx=0;exitDy=0;" target="3QeEdlnvxezNMO2gkXxy-83" value="">
+           <mxGeometry height="50" relative="1" width="50" as="geometry">
+             <Array as="points">
+               <mxPoint x="510" y="575" />
+               <mxPoint x="510" y="705" />
+             </Array>
+             <mxPoint x="380" y="730" as="sourcePoint" />
+             <mxPoint x="430" y="680" as="targetPoint" />
+           </mxGeometry>
+         </mxCell>
+         <mxCell id="3QeEdlnvxezNMO2gkXxy-85" parent="1" style="ellipse;whiteSpace=wrap;html=1;aspect=fixed;" value="" vertex="1">
+           <mxGeometry height="10" width="10" x="315" y="740" as="geometry" />
+         </mxCell>
+         <mxCell id="3QeEdlnvxezNMO2gkXxy-86" parent="1" style="verticalAlign=top;align=left;overflow=fill;html=1;whiteSpace=wrap;" value="&lt;p style=&quot;margin:0px;margin-top:4px;text-align:center;&quot;&gt;&lt;b&gt;MultimodalTracker&lt;/b&gt;&lt;/p&gt;&lt;hr size=&quot;1&quot; style=&quot;border-style:solid;&quot;&gt;&lt;div style=&quot;height:2px;&quot;&gt;&lt;/div&gt;" vertex="1">
+           <mxGeometry height="150" width="140" x="59" y="660" as="geometry" />
+         </mxCell>
+         <mxCell id="3QeEdlnvxezNMO2gkXxy-87" parent="1" style="html=1;whiteSpace=wrap;" value="tracks:Track[*]" vertex="1">
+           <mxGeometry height="30" width="110" x="74" y="690" as="geometry" />
+         </mxCell>
+         <mxCell id="3QeEdlnvxezNMO2gkXxy-88" parent="1" style="html=1;whiteSpace=wrap;" value="positionSmoothK:float" vertex="1">
+           <mxGeometry height="30" width="120" x="70" y="730" as="geometry" />
+         </mxCell>
+         <mxCell id="3QeEdlnvxezNMO2gkXxy-89" parent="1" style="html=1;whiteSpace=wrap;" value="gateThreshold:float" vertex="1">
+           <mxGeometry height="30" width="110" x="75" y="770" as="geometry" />
+         </mxCell>
+         <mxCell id="3QeEdlnvxezNMO2gkXxy-90" parent="1" style="whiteSpace=wrap;html=1;aspect=fixed;" value="" vertex="1">
+           <mxGeometry height="15" width="15" x="194" y="737.5" as="geometry" />
+         </mxCell>
+         <mxCell id="3QeEdlnvxezNMO2gkXxy-91" edge="1" parent="1" source="3QeEdlnvxezNMO2gkXxy-90" style="endArrow=none;html=1;rounded=0;entryX=0;entryY=0.5;entryDx=0;entryDy=0;exitX=1;exitY=0.5;exitDx=0;exitDy=0;" target="3QeEdlnvxezNMO2gkXxy-85" value="">
+           <mxGeometry height="50" relative="1" width="50" as="geometry">
+             <mxPoint x="140" y="740" as="sourcePoint" />
+             <mxPoint x="190" y="690" as="targetPoint" />
+           </mxGeometry>
+         </mxCell>
+         <mxCell id="3QeEdlnvxezNMO2gkXxy-92" parent="1" style="verticalAlign=top;align=left;overflow=fill;html=1;whiteSpace=wrap;" value="&lt;p style=&quot;margin:0px;margin-top:4px;text-align:center;&quot;&gt;&lt;b&gt;WorldAnchoredTracker&lt;/b&gt;&lt;/p&gt;&lt;hr size=&quot;1&quot; style=&quot;border-style:solid;&quot;&gt;&lt;div style=&quot;height:2px;&quot;&gt;&lt;/div&gt;" vertex="1">
+           <mxGeometry height="110" width="140" x="59" y="840" as="geometry" />
+         </mxCell>
+         <mxCell id="3QeEdlnvxezNMO2gkXxy-93" parent="1" style="html=1;whiteSpace=wrap;" value="anchors:Track[*]" vertex="1">
+           <mxGeometry height="30" width="110" x="75" y="870" as="geometry" />
+         </mxCell>
+         <mxCell id="3QeEdlnvxezNMO2gkXxy-94" parent="1" style="html=1;whiteSpace=wrap;" value="Timeout:float" vertex="1">
+           <mxGeometry height="30" width="110" x="74" y="910" as="geometry" />
+         </mxCell>
+         <mxCell id="3QeEdlnvxezNMO2gkXxy-96" parent="1" style="verticalAlign=top;align=left;overflow=fill;html=1;whiteSpace=wrap;" value="&lt;p style=&quot;margin:0px;margin-top:4px;text-align:center;&quot;&gt;&lt;b&gt;BoxRenderer&lt;/b&gt;&lt;/p&gt;&lt;hr size=&quot;1&quot; style=&quot;border-style:solid;&quot;&gt;&lt;div style=&quot;height:2px;&quot;&gt;&lt;/div&gt;" vertex="1">
+           <mxGeometry height="150" width="140" x="320" y="840" as="geometry" />
+         </mxCell>
+         <mxCell id="3QeEdlnvxezNMO2gkXxy-97" parent="1" style="html=1;whiteSpace=wrap;" value="lineRenderer" vertex="1">
+           <mxGeometry height="30" width="110" x="334" y="870" as="geometry" />
+         </mxCell>
+         <mxCell id="3QeEdlnvxezNMO2gkXxy-98" parent="1" style="html=1;whiteSpace=wrap;" value="labelCanvas" vertex="1">
+           <mxGeometry height="30" width="110" x="334" y="910" as="geometry" />
+         </mxCell>
+         <mxCell id="3QeEdlnvxezNMO2gkXxy-99" parent="1" style="html=1;whiteSpace=wrap;" value="updateRate:int" vertex="1">
+           <mxGeometry height="30" width="110" x="334" y="950" as="geometry" />
+         </mxCell>
+         <mxCell id="3QeEdlnvxezNMO2gkXxy-100" parent="1" style="ellipse;whiteSpace=wrap;html=1;aspect=fixed;" value="" vertex="1">
+           <mxGeometry height="10" width="10" x="194" y="900" as="geometry" />
+         </mxCell>
+         <mxCell id="3QeEdlnvxezNMO2gkXxy-101" edge="1" parent="1" source="3QeEdlnvxezNMO2gkXxy-86" style="endArrow=none;html=1;rounded=0;entryX=0.5;entryY=0;entryDx=0;entryDy=0;exitX=0.5;exitY=1;exitDx=0;exitDy=0;" target="3QeEdlnvxezNMO2gkXxy-92" value="">
+           <mxGeometry height="50" relative="1" width="50" as="geometry">
+             <mxPoint x="220" y="750" as="sourcePoint" />
+             <mxPoint x="326" y="750" as="targetPoint" />
+           </mxGeometry>
+         </mxCell>
+         <mxCell id="3QeEdlnvxezNMO2gkXxy-103" edge="1" parent="1" source="3QeEdlnvxezNMO2gkXxy-96" style="endArrow=none;html=1;rounded=0;entryX=1;entryY=0.5;entryDx=0;entryDy=0;exitX=-0.001;exitY=0.44;exitDx=0;exitDy=0;exitPerimeter=0;" target="3QeEdlnvxezNMO2gkXxy-100" value="">
+           <mxGeometry height="50" relative="1" width="50" as="geometry">
+             <mxPoint x="190" y="960" as="sourcePoint" />
+             <mxPoint x="240" y="910" as="targetPoint" />
+           </mxGeometry>
+         </mxCell>
+         <mxCell id="3QeEdlnvxezNMO2gkXxy-104" parent="1" style="text;html=1;whiteSpace=wrap;strokeColor=none;fillColor=none;align=center;verticalAlign=middle;rounded=0;" value="画像+ID" vertex="1">
+           <mxGeometry height="30" width="60" x="224" y="550" as="geometry" />
+         </mxCell>
+         <mxCell id="3QeEdlnvxezNMO2gkXxy-105" parent="1" style="text;html=1;whiteSpace=wrap;strokeColor=none;fillColor=none;align=center;verticalAlign=middle;rounded=0;" value="画像+ID" vertex="1">
+           <mxGeometry height="30" width="60" x="530" y="550" as="geometry" />
+         </mxCell>
+         <mxCell id="3QeEdlnvxezNMO2gkXxy-106" parent="1" style="text;html=1;whiteSpace=wrap;strokeColor=none;fillColor=none;align=center;verticalAlign=middle;rounded=0;" value="正規化座標+ID" vertex="1">
+           <mxGeometry height="30" width="91" x="509" y="667.5" as="geometry" />
+         </mxCell>
+         <mxCell id="3QeEdlnvxezNMO2gkXxy-107" parent="1" style="text;html=1;whiteSpace=wrap;strokeColor=none;fillColor=none;align=center;verticalAlign=middle;rounded=0;" value="Detecrion[*]" vertex="1">
+           <mxGeometry height="30" width="60" x="230" y="720" as="geometry" />
+         </mxCell>
+         <mxCell id="3QeEdlnvxezNMO2gkXxy-108" parent="1" style="text;html=1;whiteSpace=wrap;strokeColor=none;fillColor=none;align=center;verticalAlign=middle;rounded=0;" value="Track[*](CONFIRMED)" vertex="1">
+           <mxGeometry height="30" width="60" x="144" y="810" as="geometry" />
+         </mxCell>
+         <mxCell id="3QeEdlnvxezNMO2gkXxy-109" parent="1" style="text;html=1;whiteSpace=wrap;strokeColor=none;fillColor=none;align=center;verticalAlign=middle;rounded=0;" value="AnchoredTrack[*]&lt;div&gt;worldPose&lt;/div&gt;" vertex="1">
+           <mxGeometry height="30" width="60" x="231" y="870" as="geometry" />
        </mxCell>
      </root>
    </mxGraphModel>
  </diagram>
</mxfile>
